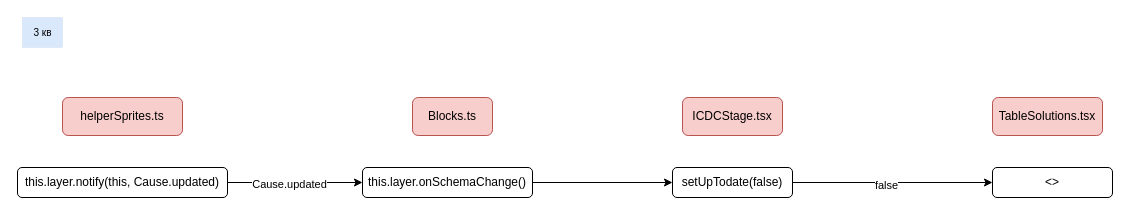
orlov-oleg-developer/asuter-UML keeps this draw.io diagram as page "Актуальность схемы" (5 of 5) of Мгновенные схемы.drawio. Above is the earlier version. Source tidied: cells renumbered, new cells numbered last; positions are measured from the earlier drawing's top-left corner, leaving out a move shared by most shapes. Both pictures are drawn from the tidied source at 100%, with x=0, y=0 at pixel (17, 17).
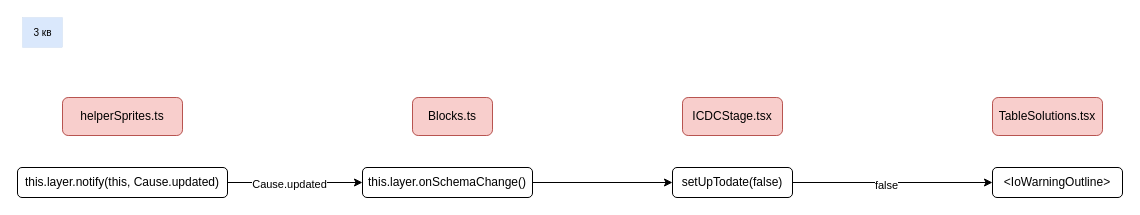
The same page after the edit.

Change to the diagram source:
```diff
@@
 <mxGraphModel>
   <root>
     <mxCell id="0" />
     <mxCell id="1" parent="0" />
     <mxCell id="2" value="3 кв" style="text;html=1;align=center;verticalAlign=middle;strokeColor=#6c8ebf;fillColor=#dae8fc;strokeWidth=0;fontSize=10;" parent="1" vertex="1">
       <mxGeometry x="5" width="40" height="30" as="geometry" />
     </mxCell>
     <mxCell id="3" value="helperSprites.ts" style="rounded=1;whiteSpace=wrap;html=1;glass=0;fillColor=#f8cecc;strokeColor=#b85450;" parent="1" vertex="1">
       <mxGeometry x="45" y="80" width="120" height="38" as="geometry" />
     </mxCell>
     <mxCell id="4" style="edgeStyle=orthogonalEdgeStyle;rounded=0;jettySize=auto;html=1;entryX=0;entryY=0.5;entryDx=0;entryDy=0;" parent="1" edge="1" source="6" target="9">
       <mxGeometry relative="1" as="geometry" />
     </mxCell>
     <mxCell id="5" value="Cause.updated" style="edgeLabel;html=1;align=center;verticalAlign=middle;" parent="4" vertex="1">
       <mxGeometry x="-0.35" y="-1" relative="1" as="geometry">
         <mxPoint x="17" as="offset" />
       </mxGeometry>
     </mxCell>
     <mxCell id="6" value="this.layer.notify(this, Cause.updated)" style="rounded=1;whiteSpace=wrap;html=1;" parent="1" vertex="1">
       <mxGeometry y="150" width="210" height="30" as="geometry" />
     </mxCell>
     <mxCell id="7" value="Blocks.ts" style="rounded=1;whiteSpace=wrap;html=1;glass=0;fillColor=#f8cecc;strokeColor=#b85450;" parent="1" vertex="1">
       <mxGeometry x="395" y="80" width="80" height="38" as="geometry" />
     </mxCell>
     <mxCell id="8" style="edgeStyle=orthogonalEdgeStyle;rounded=0;jettySize=auto;html=1;entryX=0;entryY=0.5;entryDx=0;entryDy=0;" parent="1" edge="1" source="9" target="13">
       <mxGeometry relative="1" as="geometry" />
     </mxCell>
     <mxCell id="9" value="this.layer.onSchemaChange()" style="rounded=1;whiteSpace=wrap;html=1;" parent="1" vertex="1">
       <mxGeometry x="345" y="150" width="170" height="30" as="geometry" />
     </mxCell>
     <mxCell id="10" value="ICDCStage.tsx" style="rounded=1;whiteSpace=wrap;html=1;glass=0;fillColor=#f8cecc;strokeColor=#b85450;" parent="1" vertex="1">
       <mxGeometry x="665" y="80" width="100" height="38" as="geometry" />
     </mxCell>
     <mxCell id="11" style="edgeStyle=orthogonalEdgeStyle;rounded=0;jettySize=auto;html=1;entryX=0;entryY=0.5;entryDx=0;entryDy=0;" parent="1" edge="1" source="13" target="15">
       <mxGeometry relative="1" as="geometry" />
     </mxCell>
     <mxCell id="12" value="false" style="edgeLabel;html=1;align=center;verticalAlign=middle;" parent="11" vertex="1">
       <mxGeometry x="-0.07" y="-2" relative="1" as="geometry" />
     </mxCell>
     <mxCell id="13" value="setUpTodate(false)" style="rounded=1;whiteSpace=wrap;html=1;" parent="1" vertex="1">
       <mxGeometry x="655" y="150" width="120" height="30" as="geometry" />
     </mxCell>
     <mxCell id="14" value="TableSolutions.tsx" style="rounded=1;whiteSpace=wrap;html=1;glass=0;fillColor=#f8cecc;strokeColor=#b85450;" parent="1" vertex="1">
       <mxGeometry x="975" y="80" width="110" height="38" as="geometry" />
     </mxCell>
-    <mxCell id="15" value="&amp;lt;&amp;gt;" style="rounded=1;whiteSpace=wrap;html=1;" parent="1" vertex="1">
-      <mxGeometry x="975" y="150" width="120" height="30" as="geometry" />
+    <mxCell id="15" value="&amp;lt;IoWarningOutline&lt;span style=&quot;background-color: initial;&quot;&gt;&amp;gt;&lt;/span&gt;" style="rounded=1;whiteSpace=wrap;html=1;" parent="1" vertex="1">
+      <mxGeometry x="975" y="150" width="130" height="30" as="geometry" />
     </mxCell>
   </root>
 </mxGraphModel>
```
